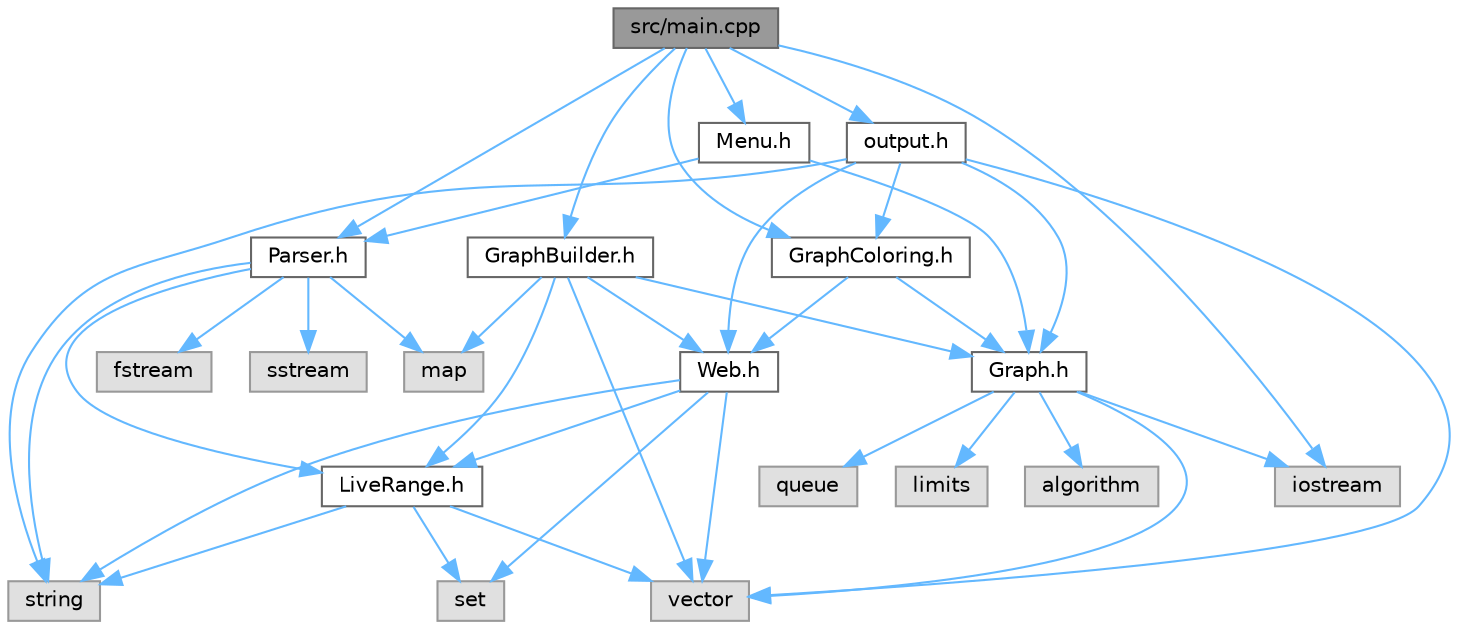
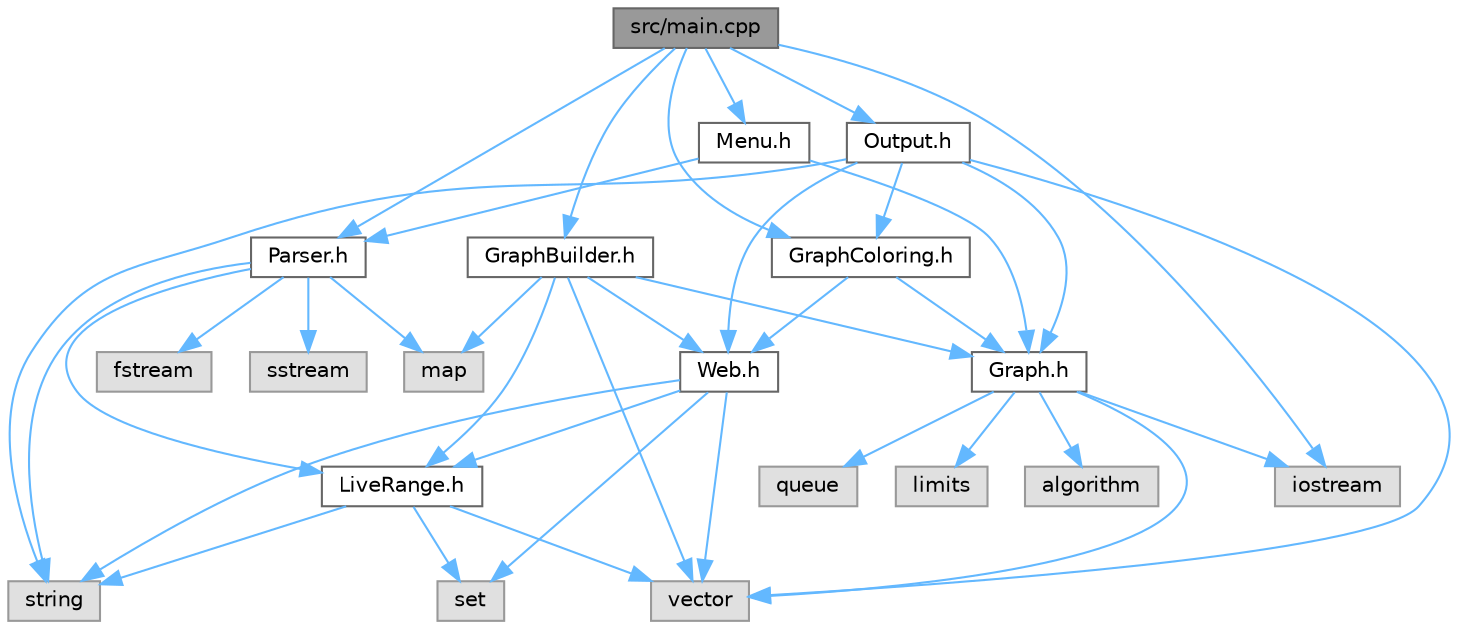
digraph "src/main.cpp"
{
 // LATEX_PDF_SIZE
  bgcolor="transparent";
  edge [fontname=Helvetica,fontsize=10,labelfontname=Helvetica,labelfontsize=10];
  node [fontname=Helvetica,fontsize=10,shape=box,height=0.2,width=0.4];
  Node1 [id="Node000001",label="src/main.cpp",height=0.2,width=0.4,color="gray40", fillcolor="grey60", style="filled", fontcolor="black",tooltip=" "];
  Node1 -> Node2 [id="edge1_Node000001_Node000002",color="steelblue1",style="solid",tooltip=" "];
  Node2 [id="Node000002",label="Parser.h",height=0.2,width=0.4,color="grey40", fillcolor="white", style="filled",URL="$Parser_8h.html",tooltip=" "];
  Node2 -> Node3 [id="edge2_Node000002_Node000003",color="steelblue1",style="solid",tooltip=" "];
  Node3 [id="Node000003",label="LiveRange.h",height=0.2,width=0.4,color="grey40", fillcolor="white", style="filled",URL="$LiveRange_8h.html",tooltip=" "];
  Node3 -> Node4 [id="edge3_Node000003_Node000004",color="steelblue1",style="solid",tooltip=" "];
  Node4 [id="Node000004",label="vector",height=0.2,width=0.4,color="grey60", fillcolor="#E0E0E0", style="filled",tooltip=" "];
  Node3 -> Node5 [id="edge4_Node000003_Node000005",color="steelblue1",style="solid",tooltip=" "];
  Node5 [id="Node000005",label="string",height=0.2,width=0.4,color="grey60", fillcolor="#E0E0E0", style="filled",tooltip=" "];
  Node3 -> Node6 [id="edge5_Node000003_Node000006",color="steelblue1",style="solid",tooltip=" "];
  Node6 [id="Node000006",label="set",height=0.2,width=0.4,color="grey60", fillcolor="#E0E0E0", style="filled",tooltip=" "];
  Node2 -> Node5 [id="edge6_Node000002_Node000005",color="steelblue1",style="solid",tooltip=" "];
  Node2 -> Node7 [id="edge7_Node000002_Node000007",color="steelblue1",style="solid",tooltip=" "];
  Node7 [id="Node000007",label="map",height=0.2,width=0.4,color="grey60", fillcolor="#E0E0E0", style="filled",tooltip=" "];
  Node2 -> Node8 [id="edge8_Node000002_Node000008",color="steelblue1",style="solid",tooltip=" "];
  Node8 [id="Node000008",label="fstream",height=0.2,width=0.4,color="grey60", fillcolor="#E0E0E0", style="filled",tooltip=" "];
  Node2 -> Node9 [id="edge9_Node000002_Node000009",color="steelblue1",style="solid",tooltip=" "];
  Node9 [id="Node000009",label="sstream",height=0.2,width=0.4,color="grey60", fillcolor="#E0E0E0", style="filled",tooltip=" "];
  Node1 -> Node10 [id="edge10_Node000001_Node000010",color="steelblue1",style="solid",tooltip=" "];
  Node10 [id="Node000010",label="GraphBuilder.h",height=0.2,width=0.4,color="grey40", fillcolor="white", style="filled",URL="$GraphBuilder_8h.html",tooltip=" "];
  Node10 -> Node11 [id="edge11_Node000010_Node000011",color="steelblue1",style="solid",tooltip=" "];
  Node11 [id="Node000011",label="Graph.h",height=0.2,width=0.4,color="grey40", fillcolor="white", style="filled",URL="$Graph_8h.html",tooltip="Declaration and implementation of the graph data structure, including the Vertex and Edge classes and..."];
  Node11 -> Node12 [id="edge12_Node000011_Node000012",color="steelblue1",style="solid",tooltip=" "];
  Node12 [id="Node000012",label="iostream",height=0.2,width=0.4,color="grey60", fillcolor="#E0E0E0", style="filled",tooltip=" "];
  Node11 -> Node4 [id="edge13_Node000011_Node000004",color="steelblue1",style="solid",tooltip=" "];
  Node11 -> Node13 [id="edge14_Node000011_Node000013",color="steelblue1",style="solid",tooltip=" "];
  Node13 [id="Node000013",label="queue",height=0.2,width=0.4,color="grey60", fillcolor="#E0E0E0", style="filled",tooltip=" "];
  Node11 -> Node14 [id="edge15_Node000011_Node000014",color="steelblue1",style="solid",tooltip=" "];
  Node14 [id="Node000014",label="limits",height=0.2,width=0.4,color="grey60", fillcolor="#E0E0E0", style="filled",tooltip=" "];
  Node11 -> Node15 [id="edge16_Node000011_Node000015",color="steelblue1",style="solid",tooltip=" "];
  Node15 [id="Node000015",label="algorithm",height=0.2,width=0.4,color="grey60", fillcolor="#E0E0E0", style="filled",tooltip=" "];
  Node10 -> Node16 [id="edge17_Node000010_Node000016",color="steelblue1",style="solid",tooltip=" "];
  Node16 [id="Node000016",label="Web.h",height=0.2,width=0.4,color="grey40", fillcolor="white", style="filled",URL="$Web_8h.html",tooltip=" "];
  Node16 -> Node3 [id="edge18_Node000016_Node000003",color="steelblue1",style="solid",tooltip=" "];
  Node16 -> Node4 [id="edge19_Node000016_Node000004",color="steelblue1",style="solid",tooltip=" "];
  Node16 -> Node6 [id="edge20_Node000016_Node000006",color="steelblue1",style="solid",tooltip=" "];
  Node16 -> Node5 [id="edge21_Node000016_Node000005",color="steelblue1",style="solid",tooltip=" "];
  Node10 -> Node3 [id="edge22_Node000010_Node000003",color="steelblue1",style="solid",tooltip=" "];
  Node10 -> Node7 [id="edge23_Node000010_Node000007",color="steelblue1",style="solid",tooltip=" "];
  Node10 -> Node4 [id="edge24_Node000010_Node000004",color="steelblue1",style="solid",tooltip=" "];
  Node1 -> Node17 [id="edge25_Node000001_Node000017",color="steelblue1",style="solid",tooltip=" "];
  Node17 [id="Node000017",label="GraphColoring.h",height=0.2,width=0.4,color="grey40", fillcolor="white", style="filled",URL="$GraphColoring_8h.html",tooltip=" "];
  Node17 -> Node11 [id="edge26_Node000017_Node000011",color="steelblue1",style="solid",tooltip=" "];
  Node17 -> Node16 [id="edge27_Node000017_Node000016",color="steelblue1",style="solid",tooltip=" "];
  Node1 -> Node18 [id="edge28_Node000001_Node000018",color="steelblue1",style="solid",tooltip=" "];
-   Node18 [id="Node000018",label="output.h",height=0.2,width=0.4,color="grey40", fillcolor="white", style="filled",URL="$output_8h.html",tooltip=" "];
+   Node18 [id="Node000018",label="Output.h",height=0.2,width=0.4,color="grey40", fillcolor="white", style="filled",URL="$Output_8h.html",tooltip=" "];
  Node18 -> Node11 [id="edge29_Node000018_Node000011",color="steelblue1",style="solid",tooltip=" "];
  Node18 -> Node16 [id="edge30_Node000018_Node000016",color="steelblue1",style="solid",tooltip=" "];
  Node18 -> Node17 [id="edge31_Node000018_Node000017",color="steelblue1",style="solid",tooltip=" "];
  Node18 -> Node5 [id="edge32_Node000018_Node000005",color="steelblue1",style="solid",tooltip=" "];
  Node18 -> Node4 [id="edge33_Node000018_Node000004",color="steelblue1",style="solid",tooltip=" "];
  Node1 -> Node12 [id="edge34_Node000001_Node000012",color="steelblue1",style="solid",tooltip=" "];
  Node1 -> Node19 [id="edge35_Node000001_Node000019",color="steelblue1",style="solid",tooltip=" "];
  Node19 [id="Node000019",label="Menu.h",height=0.2,width=0.4,color="grey40", fillcolor="white", style="filled",URL="$Menu_8h.html",tooltip=" "];
  Node19 -> Node11 [id="edge36_Node000019_Node000011",color="steelblue1",style="solid",tooltip=" "];
  Node19 -> Node2 [id="edge37_Node000019_Node000002",color="steelblue1",style="solid",tooltip=" "];
}
